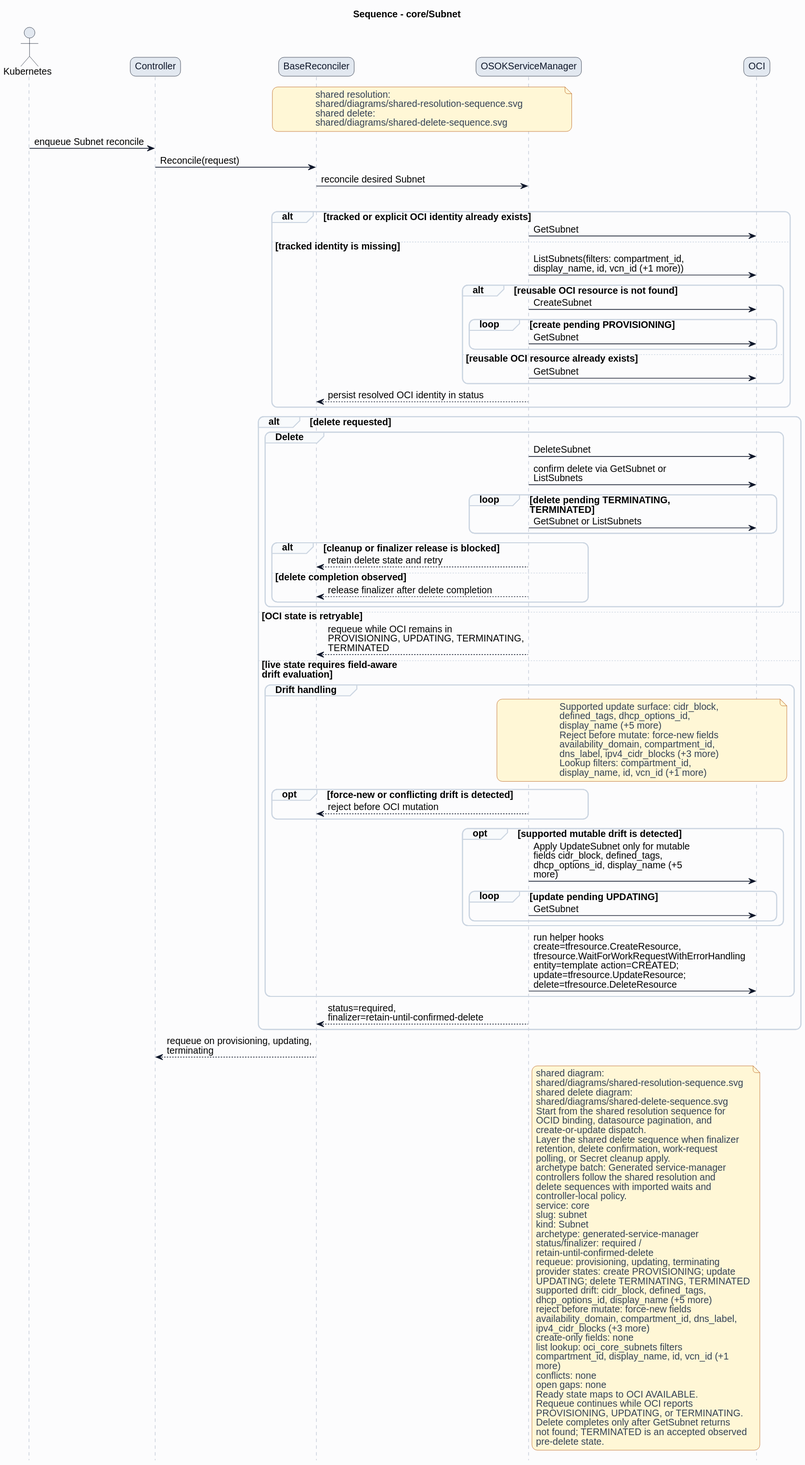
HaoyL666/oci-service-operator keeps this PlantUML diagram as formal/controllers/core/subnet/diagrams/sequence.svg. Above is the earlier version.
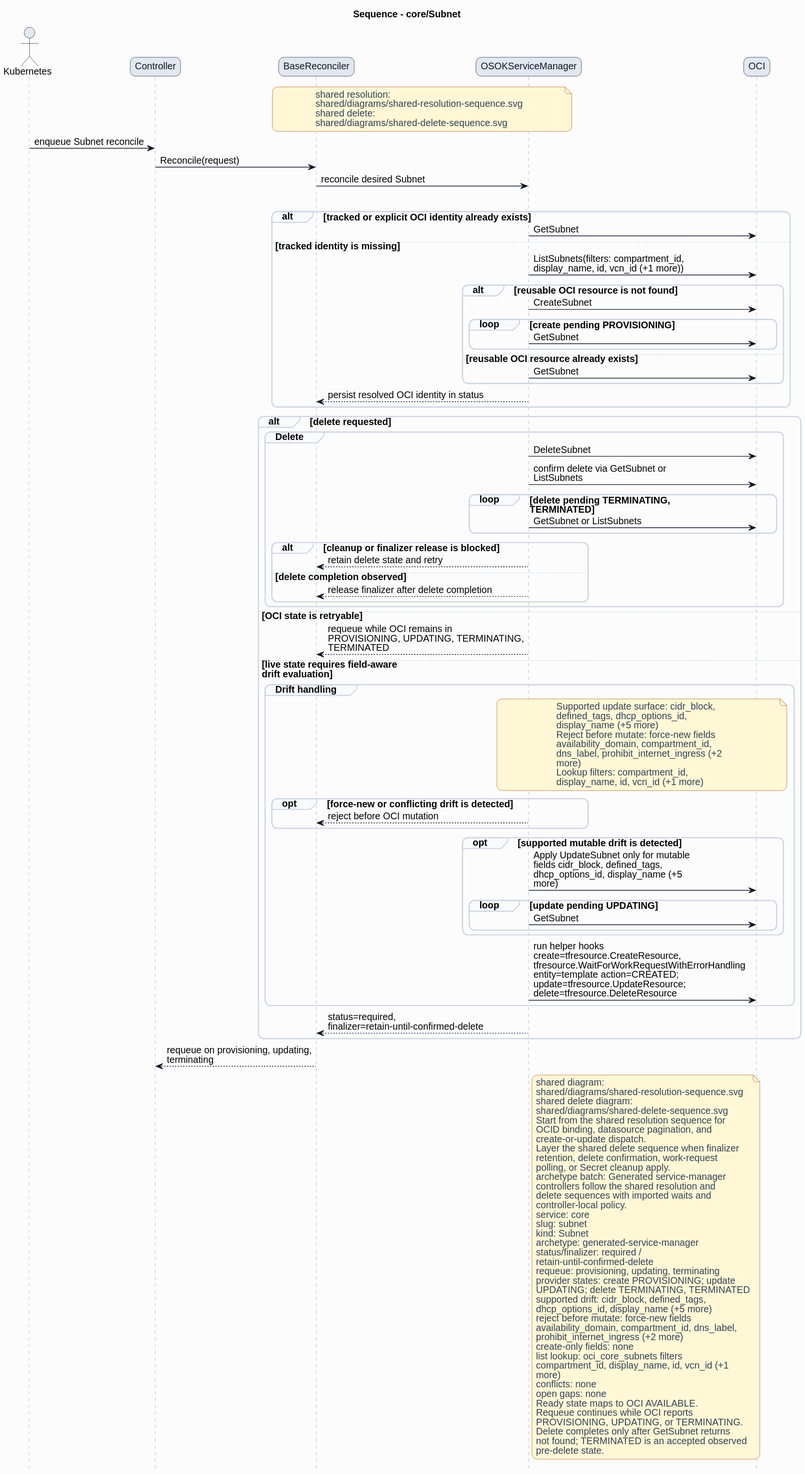
After the change.

Diff of the diagram source:
```diff
@@ -72,7 +72,8 @@
 display_name (+5 more)
 Reject before mutate: force-new fields
 availability_domain, compartment_id,
-dns_label, ipv4_cidr_blocks (+3 more)
+dns_label, prohibit_internet_ingress (+2
+more)
 Lookup filters: compartment_id,
 display_name, id, vcn_id (+1 more)
 end note
@@ -118,7 +119,7 @@
 dhcp_options_id, display_name (+5 more)
 reject before mutate: force-new fields
 availability_domain, compartment_id, dns_label,
-ipv4_cidr_blocks (+3 more)
+prohibit_internet_ingress (+2 more)
 create-only fields: none
 list lookup: oci_core_subnets filters
 compartment_id, display_name, id, vcn_id (+1
```
